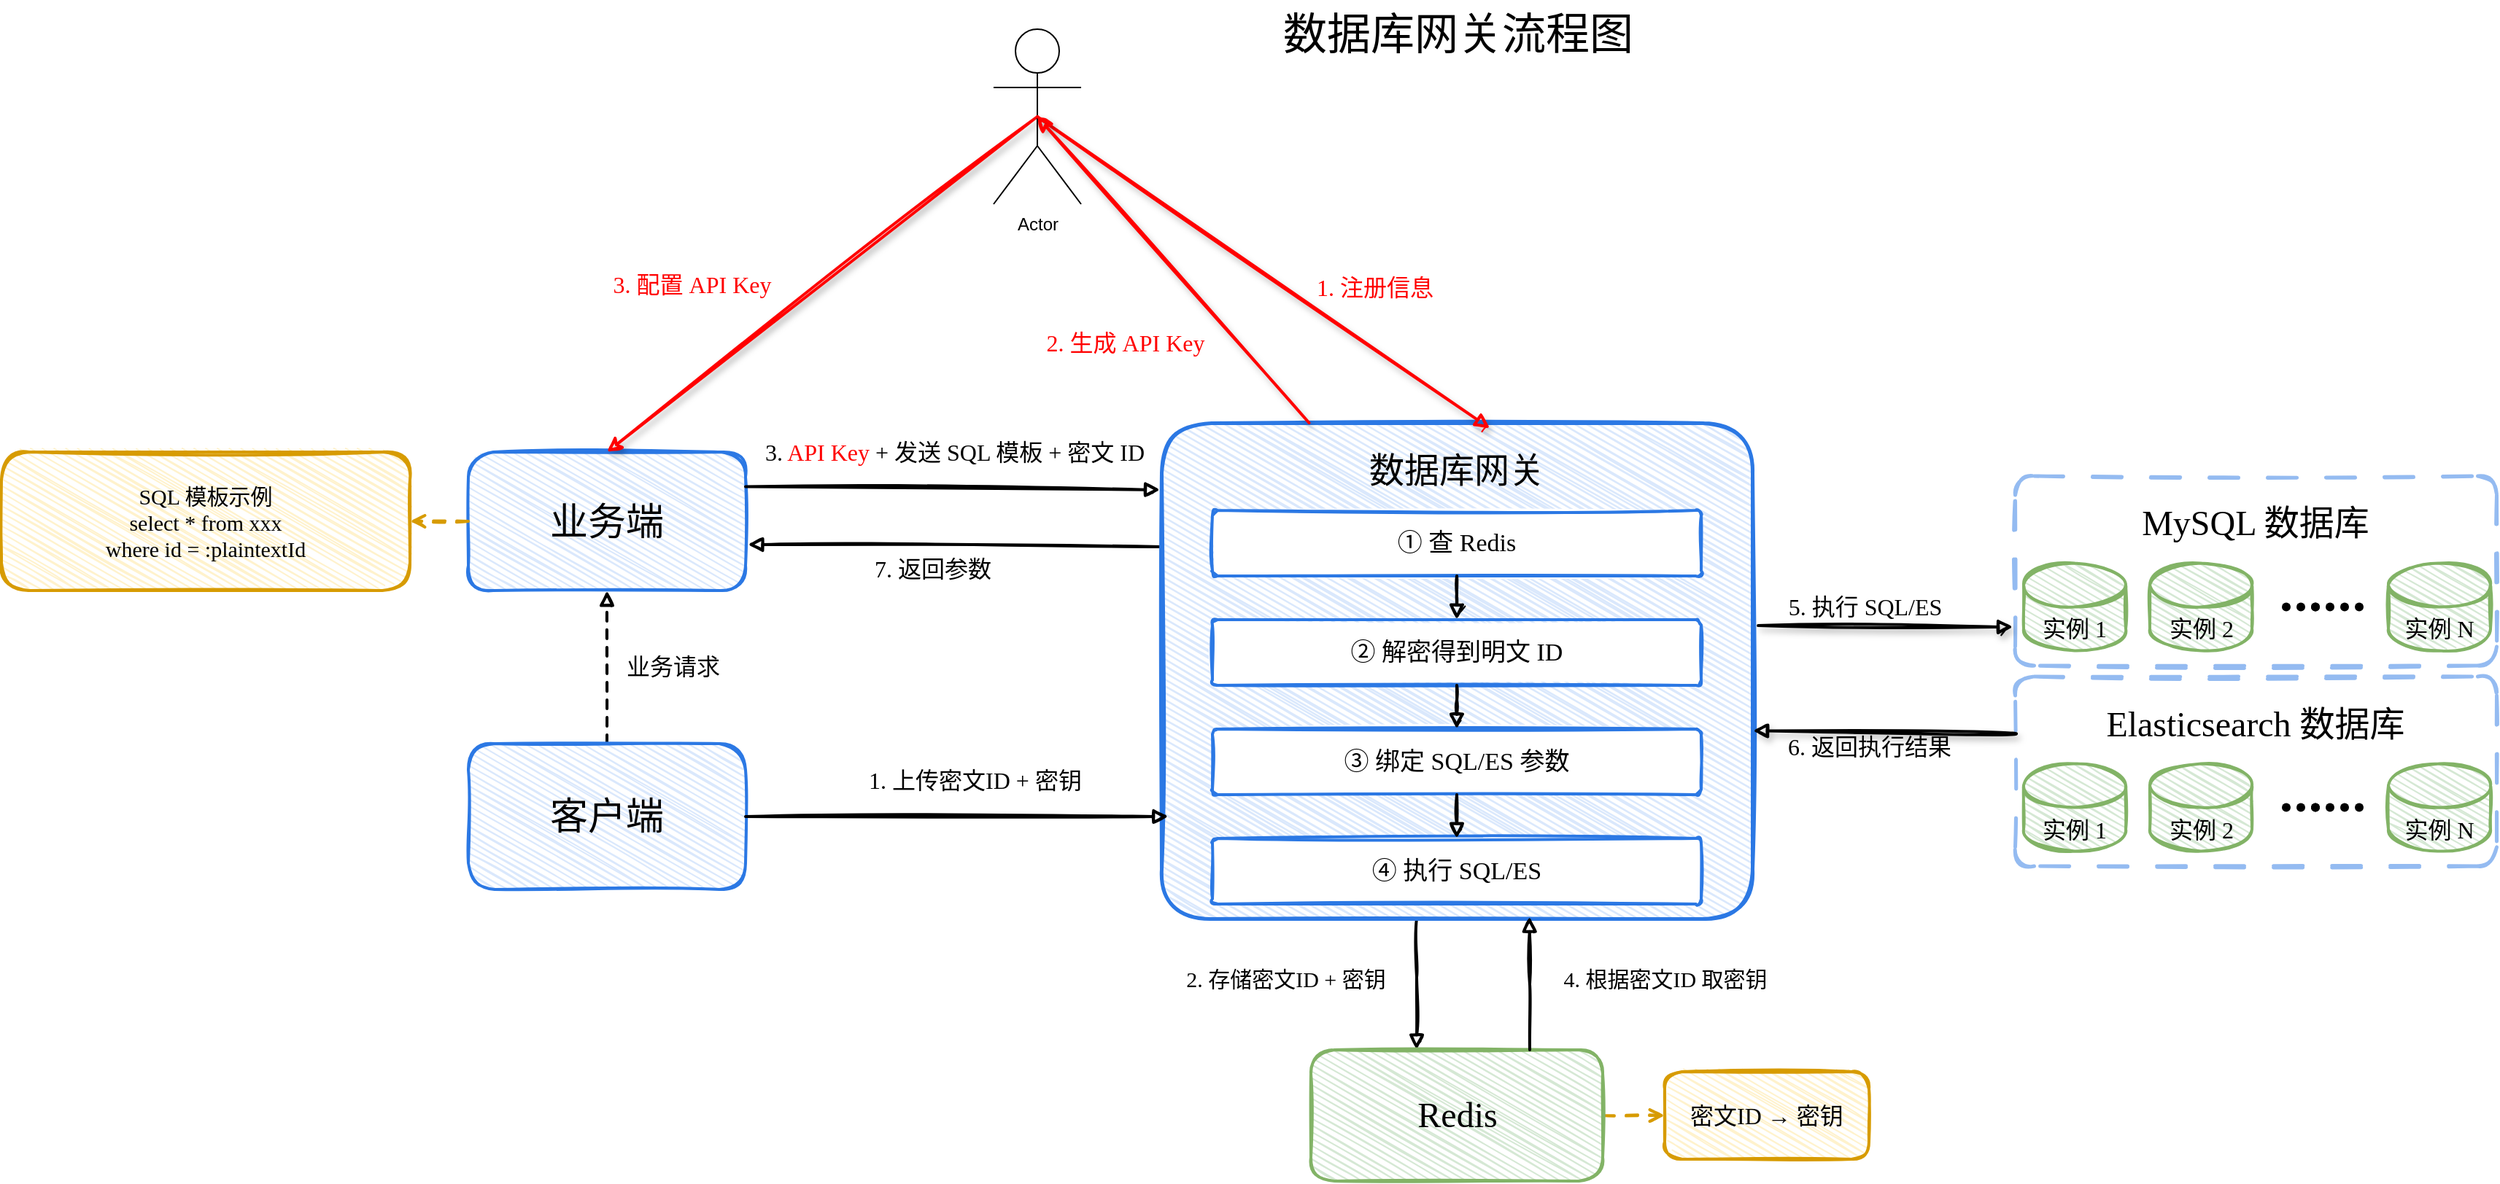
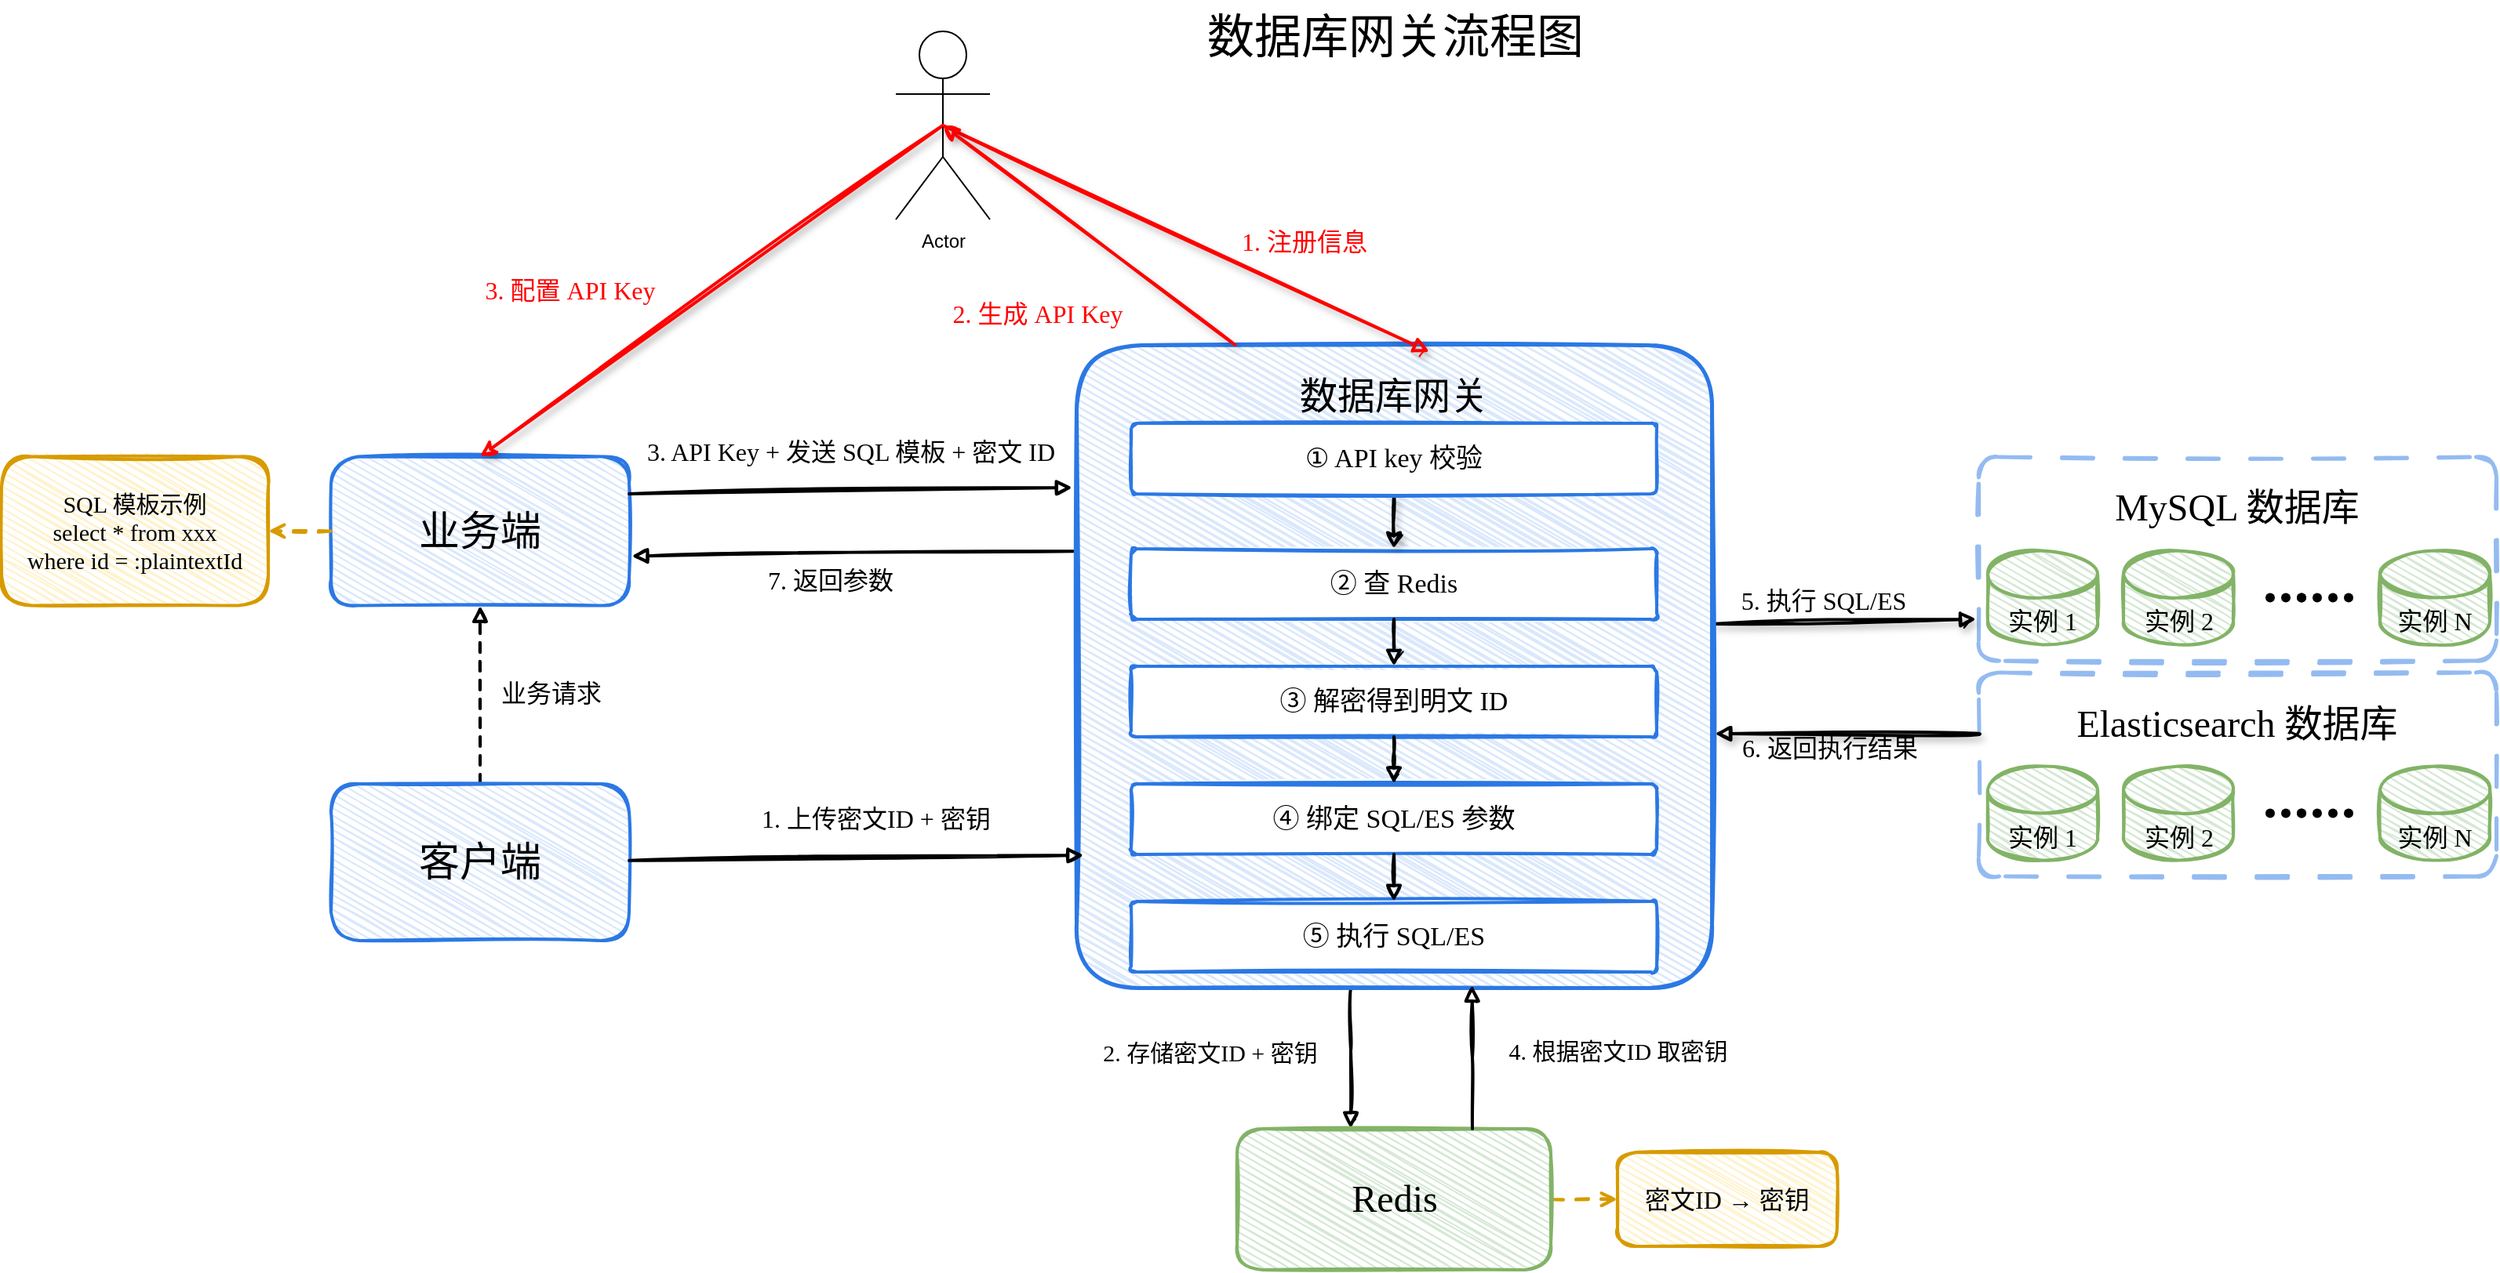
<mxfile host="app.diagrams.net">
  <diagram name="第 1 页" id="s7OTGI_WMHetZ46oxHzV">
-     <mxGraphModel dx="1281" dy="924" grid="1" gridSize="10" guides="1" tooltips="1" connect="1" arrows="1" fold="1" page="1" pageScale="1" pageWidth="827" pageHeight="1169" math="0" shadow="0">
+     <mxGraphModel dx="1993" dy="1438" grid="1" gridSize="10" guides="1" tooltips="1" connect="1" arrows="1" fold="1" page="1" pageScale="1" pageWidth="827" pageHeight="1169" math="0" shadow="0">
      <root>
        <mxCell id="0" />
        <mxCell id="1" parent="0" />
        <mxCell id="vE7s3SZ7r_2w2PPExWCB-43" parent="1" style="rounded=1;whiteSpace=wrap;html=1;sketch=1;hachureGap=4;hachureAngle=60;strokeColor=#2B78E4;strokeWidth=2.5;align=center;verticalAlign=top;spacingTop=12;arcSize=10;fontFamily=Comic Sans MS;fontSize=24;fillColor=#FFFFFF;dashed=1;dashPattern=8 8;opacity=50;" value="MySQL 数据库" vertex="1">
-           <mxGeometry height="130" width="330" x="1520" y="656.25" as="geometry" />
+           <mxGeometry height="130" width="330" x="1510" y="621.25" as="geometry" />
        </mxCell>
        <mxCell id="vE7s3SZ7r_2w2PPExWCB-3" parent="1" style="text;html=1;strokeColor=none;fillColor=none;align=center;verticalAlign=middle;fontSize=30;fontFamily=Comic Sans MS;" value="数据库网关流程图" vertex="1">
          <mxGeometry height="45" width="280" x="997.5" y="330" as="geometry" />
        </mxCell>
        <mxCell id="vE7s3SZ7r_2w2PPExWCB-8" parent="1" style="rounded=1;whiteSpace=wrap;html=1;fillColor=#dae8fc;strokeColor=#2b78e4;strokeWidth=2;arcSize=18;fontSize=26;fontFamily=Comic Sans MS;sketch=1;hachureGap=4;hachureAngle=60;" value="业务端" vertex="1">
-           <mxGeometry height="95" width="190" x="460" y="640" as="geometry" />
+           <mxGeometry height="95" width="190" x="460" y="621.25" as="geometry" />
        </mxCell>
        <mxCell id="vE7s3SZ7r_2w2PPExWCB-31" edge="1" parent="1" source="vE7s3SZ7r_2w2PPExWCB-9" style="rounded=0;orthogonalLoop=1;jettySize=auto;html=1;exitX=0.5;exitY=0;exitDx=0;exitDy=0;entryX=0.5;entryY=1;entryDx=0;entryDy=0;sketch=1;strokeColor=#000000;strokeWidth=2;align=center;verticalAlign=middle;fontFamily=Comic Sans MS;fontSize=19;fontColor=default;labelBackgroundColor=none;endArrow=block;endFill=1;dashed=1;" target="vE7s3SZ7r_2w2PPExWCB-8">
          <mxGeometry relative="1" as="geometry" />
        </mxCell>
        <mxCell id="vE7s3SZ7r_2w2PPExWCB-32" connectable="0" parent="vE7s3SZ7r_2w2PPExWCB-31" style="edgeLabel;html=1;align=center;verticalAlign=middle;resizable=0;points=[];labelBackgroundColor=none;" value="&lt;font style=&quot;font-size: 16px;&quot; face=&quot;Comic Sans MS&quot;&gt;业务请求&lt;/font&gt;" vertex="1">
          <mxGeometry relative="1" x="0.0032" y="1" as="geometry">
            <mxPoint x="46" y="-1" as="offset" />
          </mxGeometry>
        </mxCell>
        <mxCell id="vE7s3SZ7r_2w2PPExWCB-9" parent="1" style="rounded=1;whiteSpace=wrap;html=1;fillColor=#dae8fc;strokeColor=#2b78e4;strokeWidth=2;arcSize=18;fontSize=26;fontFamily=Comic Sans MS;sketch=1;hachureGap=4;hachureAngle=60;" value="客户端" vertex="1">
-           <mxGeometry height="100" width="190" x="460" y="840" as="geometry" />
-         </mxCell>
-         <mxCell id="vE7s3SZ7r_2w2PPExWCB-40" edge="1" parent="1" source="vE7s3SZ7r_2w2PPExWCB-12" style="rounded=0;orthogonalLoop=1;jettySize=auto;html=1;exitX=0;exitY=0.25;exitDx=0;exitDy=0;entryX=1.008;entryY=0.668;entryDx=0;entryDy=0;entryPerimeter=0;sketch=1;strokeColor=#000000;strokeWidth=2;align=center;verticalAlign=middle;fontFamily=Comic Sans MS;fontSize=16;fontColor=default;labelBackgroundColor=none;endArrow=block;endFill=1;" target="vE7s3SZ7r_2w2PPExWCB-8">
+           <mxGeometry height="100" width="190" x="460" y="830" as="geometry" />
+         </mxCell>
+         <mxCell id="vE7s3SZ7r_2w2PPExWCB-40" edge="1" parent="1" source="vE7s3SZ7r_2w2PPExWCB-12" style="rounded=0;orthogonalLoop=1;jettySize=auto;html=1;exitX=-0.001;exitY=0.321;exitDx=0;exitDy=0;entryX=1.008;entryY=0.668;entryDx=0;entryDy=0;entryPerimeter=0;sketch=1;strokeColor=#000000;strokeWidth=2;align=center;verticalAlign=middle;fontFamily=Comic Sans MS;fontSize=16;fontColor=default;labelBackgroundColor=none;endArrow=block;endFill=1;exitPerimeter=0;" target="vE7s3SZ7r_2w2PPExWCB-8">
          <mxGeometry relative="1" as="geometry" />
        </mxCell>
        <mxCell id="vE7s3SZ7r_2w2PPExWCB-41" connectable="0" parent="vE7s3SZ7r_2w2PPExWCB-40" style="edgeLabel;html=1;align=center;verticalAlign=middle;resizable=0;points=[];fontSize=16;fontFamily=Comic Sans MS;labelBackgroundColor=none;" value="7. 返回参数" vertex="1">
          <mxGeometry relative="1" x="0.1105" y="1" as="geometry">
            <mxPoint y="15" as="offset" />
          </mxGeometry>
        </mxCell>
-         <mxCell id="vE7s3SZ7r_2w2PPExWCB-82" edge="1" parent="1" source="vE7s3SZ7r_2w2PPExWCB-12" style="rounded=1;orthogonalLoop=1;jettySize=auto;html=1;exitX=1.01;exitY=0.409;exitDx=0;exitDy=0;exitPerimeter=0;sketch=1;strokeColor=#000000;strokeWidth=2;align=center;verticalAlign=middle;fontFamily=Comic Sans MS;fontSize=16;fontColor=default;labelBackgroundColor=none;endArrow=block;endFill=1;entryX=-0.004;entryY=0.798;entryDx=0;entryDy=0;entryPerimeter=0;shadow=1;" target="vE7s3SZ7r_2w2PPExWCB-43">
+         <mxCell id="vE7s3SZ7r_2w2PPExWCB-82" edge="1" parent="1" source="vE7s3SZ7r_2w2PPExWCB-12" style="rounded=1;orthogonalLoop=1;jettySize=auto;html=1;exitX=1.001;exitY=0.434;exitDx=0;exitDy=0;exitPerimeter=0;sketch=1;strokeColor=#000000;strokeWidth=2;align=center;verticalAlign=middle;fontFamily=Comic Sans MS;fontSize=16;fontColor=default;labelBackgroundColor=none;endArrow=block;endFill=1;entryX=-0.004;entryY=0.798;entryDx=0;entryDy=0;entryPerimeter=0;shadow=1;" target="vE7s3SZ7r_2w2PPExWCB-43">
          <mxGeometry relative="1" as="geometry">
            <mxPoint x="1526" y="761" as="targetPoint" />
          </mxGeometry>
        </mxCell>
        <mxCell id="vE7s3SZ7r_2w2PPExWCB-83" connectable="0" parent="vE7s3SZ7r_2w2PPExWCB-82" style="edgeLabel;html=1;align=center;verticalAlign=middle;resizable=0;points=[];labelBackgroundColor=none;" value="&lt;font style=&quot;font-size: 16px;&quot; face=&quot;Comic Sans MS&quot;&gt;5. 执行 SQL/ES&lt;/font&gt;" vertex="1">
          <mxGeometry relative="1" x="-0.1423" y="1" as="geometry">
            <mxPoint x="-2" y="-13" as="offset" />
          </mxGeometry>
        </mxCell>
        <mxCell id="vE7s3SZ7r_2w2PPExWCB-86" edge="1" parent="1" source="vE7s3SZ7r_2w2PPExWCB-12" style="edgeStyle=orthogonalEdgeStyle;rounded=0;orthogonalLoop=1;jettySize=auto;html=1;sketch=1;strokeColor=#000000;strokeWidth=2;align=center;verticalAlign=middle;fontFamily=Comic Sans MS;fontSize=15;fontColor=default;labelBackgroundColor=none;endArrow=block;endFill=1;" target="vE7s3SZ7r_2w2PPExWCB-84" value="">
          <mxGeometry relative="1" as="geometry">
            <Array as="points">
              <mxPoint x="1110" y="1000" />
              <mxPoint x="1110" y="1000" />
            </Array>
          </mxGeometry>
        </mxCell>
        <mxCell id="vE7s3SZ7r_2w2PPExWCB-87" connectable="0" parent="vE7s3SZ7r_2w2PPExWCB-86" style="edgeLabel;html=1;align=center;verticalAlign=middle;resizable=0;points=[];labelBackgroundColor=none;" value="&lt;span style=&quot;font-family: &amp;quot;Comic Sans MS&amp;quot;; font-size: 15px;&quot;&gt;2. 存储密文ID + 密钥&lt;/span&gt;" vertex="1">
          <mxGeometry relative="1" x="-0.2148" y="-2" as="geometry">
            <mxPoint x="-88" y="5" as="offset" />
          </mxGeometry>
        </mxCell>
        <mxCell id="vE7s3SZ7r_2w2PPExWCB-12" parent="1" style="rounded=1;whiteSpace=wrap;html=1;fillColor=#dae8fc;strokeColor=#2b78e4;strokeWidth=2.5;arcSize=10;fontSize=24;fontFamily=Comic Sans MS;sketch=1;hachureGap=4;hachureAngle=60;verticalAlign=top;spacingTop=12;" value="数据库网关" vertex="1">
-           <mxGeometry height="340" width="405" x="935" y="620" as="geometry" />
-         </mxCell>
-         <mxCell id="vE7s3SZ7r_2w2PPExWCB-13" parent="1" style="rounded=1;whiteSpace=wrap;html=1;fillColor=#ffffff;strokeColor=#2b78e4;strokeWidth=2;arcSize=8;fontSize=17;fontFamily=Comic Sans MS;sketch=1;" value="① 查 Redis" vertex="1">
+           <mxGeometry height="410" width="405" x="935" y="550" as="geometry" />
+         </mxCell>
+         <mxCell id="vE7s3SZ7r_2w2PPExWCB-13" parent="1" style="rounded=1;whiteSpace=wrap;html=1;fillColor=#ffffff;strokeColor=#2b78e4;strokeWidth=2;arcSize=8;fontSize=17;fontFamily=Comic Sans MS;sketch=1;" value="② 查 Redis" vertex="1">
          <mxGeometry height="45" width="335" x="970" y="680" as="geometry" />
        </mxCell>
-         <mxCell id="vE7s3SZ7r_2w2PPExWCB-14" parent="1" style="rounded=1;whiteSpace=wrap;html=1;fillColor=#ffffff;strokeColor=#2b78e4;strokeWidth=2;arcSize=8;fontSize=17;fontFamily=Comic Sans MS;sketch=1;" value="② 解密得到明文 ID" vertex="1">
+         <mxCell id="vE7s3SZ7r_2w2PPExWCB-14" parent="1" style="rounded=1;whiteSpace=wrap;html=1;fillColor=#ffffff;strokeColor=#2b78e4;strokeWidth=2;arcSize=8;fontSize=17;fontFamily=Comic Sans MS;sketch=1;" value="③ 解密得到明文 ID" vertex="1">
          <mxGeometry height="45" width="335" x="970" y="755" as="geometry" />
        </mxCell>
-         <mxCell id="vE7s3SZ7r_2w2PPExWCB-15" parent="1" style="rounded=1;whiteSpace=wrap;html=1;fillColor=#ffffff;strokeColor=#2b78e4;strokeWidth=2;arcSize=8;fontSize=17;fontFamily=Comic Sans MS;sketch=1;" value="③ 绑定 SQL/ES 参数" vertex="1">
+         <mxCell id="vE7s3SZ7r_2w2PPExWCB-15" parent="1" style="rounded=1;whiteSpace=wrap;html=1;fillColor=#ffffff;strokeColor=#2b78e4;strokeWidth=2;arcSize=8;fontSize=17;fontFamily=Comic Sans MS;sketch=1;" value="④ 绑定 SQL/ES 参数" vertex="1">
          <mxGeometry height="45" width="335" x="970" y="830" as="geometry" />
        </mxCell>
-         <mxCell id="vE7s3SZ7r_2w2PPExWCB-16" parent="1" style="rounded=1;whiteSpace=wrap;html=1;fillColor=#ffffff;strokeColor=#2b78e4;strokeWidth=2;arcSize=8;fontSize=17;fontFamily=Comic Sans MS;sketch=1;" value="④ 执行 SQL/ES" vertex="1">
+         <mxCell id="vE7s3SZ7r_2w2PPExWCB-16" parent="1" style="rounded=1;whiteSpace=wrap;html=1;fillColor=#ffffff;strokeColor=#2b78e4;strokeWidth=2;arcSize=8;fontSize=17;fontFamily=Comic Sans MS;sketch=1;" value="⑤ 执行 SQL/ES" vertex="1">
          <mxGeometry height="45" width="335" x="970" y="905" as="geometry" />
        </mxCell>
        <mxCell id="vE7s3SZ7r_2w2PPExWCB-17" parent="1" style="rounded=1;whiteSpace=wrap;html=1;fillColor=#fff2cc;strokeColor=#d79b00;strokeWidth=2;arcSize=20;fontSize=16;fontFamily=Comic Sans MS;sketch=1;hachureGap=4;hachureAngle=60;" value="密文ID → 密钥" vertex="1">
          <mxGeometry height="60" width="140" x="1280" y="1065" as="geometry" />
        </mxCell>
        <mxCell id="vE7s3SZ7r_2w2PPExWCB-18" parent="1" style="rounded=1;whiteSpace=wrap;html=1;fillColor=#fff2cc;strokeColor=#d79b00;strokeWidth=2;arcSize=20;fontSize=15;fontFamily=Comic Sans MS;sketch=1;hachureGap=4;hachureAngle=60;" value="SQL 模板示例&lt;br&gt;select * from xxx&lt;br&gt;where id = :plaintextId" vertex="1">
-           <mxGeometry height="95" width="280" x="140" y="640" as="geometry" />
-         </mxCell>
-         <mxCell id="vE7s3SZ7r_2w2PPExWCB-19" edge="1" parent="1" source="vE7s3SZ7r_2w2PPExWCB-8" style="rounded=0;orthogonalLoop=1;jettySize=auto;html=1;endArrow=block;endFill=1;strokeColor=#000000;strokeWidth=2;fontSize=16;fontFamily=Comic Sans MS;sketch=1;labelBackgroundColor=none;exitX=1;exitY=0.25;exitDx=0;exitDy=0;entryX=-0.002;entryY=0.135;entryDx=0;entryDy=0;entryPerimeter=0;" target="vE7s3SZ7r_2w2PPExWCB-12" value="3. &lt;font style=&quot;color: rgb(255, 0, 0);&quot;&gt;API Key&lt;/font&gt; + 发送 SQL 模板 + 密文 ID">
+           <mxGeometry height="95" width="170" x="250" y="621.25" as="geometry" />
+         </mxCell>
+         <mxCell id="vE7s3SZ7r_2w2PPExWCB-19" edge="1" parent="1" source="vE7s3SZ7r_2w2PPExWCB-8" style="rounded=0;orthogonalLoop=1;jettySize=auto;html=1;endArrow=block;endFill=1;strokeColor=#000000;strokeWidth=2;fontSize=16;fontFamily=Comic Sans MS;sketch=1;labelBackgroundColor=none;exitX=1;exitY=0.25;exitDx=0;exitDy=0;entryX=-0.006;entryY=0.222;entryDx=0;entryDy=0;entryPerimeter=0;" target="vE7s3SZ7r_2w2PPExWCB-12" value="&lt;font style=&quot;color: rgb(0, 0, 0);&quot;&gt;3. &lt;font&gt;API Key&lt;/font&gt; + 发送 SQL 模板 + 密文 ID&lt;/font&gt;">
          <mxGeometry relative="1" x="0.0014" y="25" as="geometry">
            <mxPoint as="offset" />
          </mxGeometry>
        </mxCell>
        <mxCell id="vE7s3SZ7r_2w2PPExWCB-21" edge="1" parent="1" source="vE7s3SZ7r_2w2PPExWCB-9" style="rounded=0;orthogonalLoop=1;jettySize=auto;html=1;endArrow=block;endFill=1;strokeColor=#000000;strokeWidth=2;fontSize=16;fontFamily=Comic Sans MS;sketch=1;labelBackgroundColor=none;entryX=0.012;entryY=0.794;entryDx=0;entryDy=0;entryPerimeter=0;" target="vE7s3SZ7r_2w2PPExWCB-12" value="1. 上传密文ID + 密钥">
          <mxGeometry relative="1" x="0.0833" y="25" as="geometry">
            <mxPoint as="offset" />
          </mxGeometry>
        </mxCell>
        <mxCell id="vE7s3SZ7r_2w2PPExWCB-26" edge="1" parent="1" source="vE7s3SZ7r_2w2PPExWCB-13" style="edgeStyle=orthogonalEdgeStyle;rounded=0;orthogonalLoop=1;jettySize=auto;html=1;endArrow=block;endFill=1;strokeColor=#000000;strokeWidth=2;fontSize=1;fontFamily=Comic Sans MS;sketch=1;" target="vE7s3SZ7r_2w2PPExWCB-14" value="">
          <mxGeometry relative="1" as="geometry" />
        </mxCell>
        <mxCell id="vE7s3SZ7r_2w2PPExWCB-27" edge="1" parent="1" source="vE7s3SZ7r_2w2PPExWCB-14" style="edgeStyle=orthogonalEdgeStyle;rounded=0;orthogonalLoop=1;jettySize=auto;html=1;endArrow=block;endFill=1;strokeColor=#000000;strokeWidth=2;fontSize=1;fontFamily=Comic Sans MS;sketch=1;" target="vE7s3SZ7r_2w2PPExWCB-15" value="">
          <mxGeometry relative="1" as="geometry" />
        </mxCell>
        <mxCell id="vE7s3SZ7r_2w2PPExWCB-28" edge="1" parent="1" source="vE7s3SZ7r_2w2PPExWCB-15" style="edgeStyle=orthogonalEdgeStyle;rounded=0;orthogonalLoop=1;jettySize=auto;html=1;endArrow=block;endFill=1;strokeColor=#000000;strokeWidth=2;fontSize=1;fontFamily=Comic Sans MS;sketch=1;" target="vE7s3SZ7r_2w2PPExWCB-16" value="">
          <mxGeometry relative="1" as="geometry" />
        </mxCell>
        <mxCell id="vE7s3SZ7r_2w2PPExWCB-29" edge="1" parent="1" source="vE7s3SZ7r_2w2PPExWCB-84" style="edgeStyle=orthogonalEdgeStyle;rounded=0;orthogonalLoop=1;jettySize=auto;html=1;endArrow=open;endFill=1;strokeColor=#d79b00;strokeWidth=2;fontSize=16;fontFamily=Comic Sans MS;sketch=1;dashed=1;dashPattern=4 4;exitX=1;exitY=0.5;exitDx=0;exitDy=0;" target="vE7s3SZ7r_2w2PPExWCB-17" value="">
          <mxGeometry relative="1" as="geometry" />
        </mxCell>
        <mxCell id="vE7s3SZ7r_2w2PPExWCB-30" edge="1" parent="1" source="vE7s3SZ7r_2w2PPExWCB-8" style="edgeStyle=orthogonalEdgeStyle;rounded=0;orthogonalLoop=1;jettySize=auto;html=1;endArrow=open;endFill=1;strokeColor=#d79b00;strokeWidth=2;fontSize=16;fontFamily=Comic Sans MS;sketch=1;dashed=1;dashPattern=4 4;exitX=0;exitY=0.5;exitDx=0;exitDy=0;" target="vE7s3SZ7r_2w2PPExWCB-18" value="">
          <mxGeometry relative="1" as="geometry" />
        </mxCell>
        <mxCell id="vE7s3SZ7r_2w2PPExWCB-42" parent="1" style="shape=cylinder3;whiteSpace=wrap;html=1;boundedLbl=1;backgroundOutline=1;size=15;rounded=1;sketch=1;hachureGap=4;hachureAngle=60;strokeColor=#82b366;strokeWidth=2;align=center;verticalAlign=middle;arcSize=18;fontFamily=Comic Sans MS;fontSize=24;fillColor=#d5e8d4;" value="&lt;font style=&quot;font-size: 16px;&quot;&gt;实例 1&lt;/font&gt;" vertex="1">
-           <mxGeometry height="60" width="70" x="1526" y="716.25" as="geometry" />
+           <mxGeometry height="60" width="70" x="1516" y="681.25" as="geometry" />
        </mxCell>
        <mxCell id="vE7s3SZ7r_2w2PPExWCB-45" parent="1" style="shape=cylinder3;whiteSpace=wrap;html=1;boundedLbl=1;backgroundOutline=1;size=15;rounded=1;sketch=1;hachureGap=4;hachureAngle=60;strokeColor=#82b366;strokeWidth=2;align=center;verticalAlign=middle;arcSize=18;fontFamily=Comic Sans MS;fontSize=24;fillColor=#d5e8d4;" value="&lt;font style=&quot;font-size: 16px;&quot;&gt;实例 2&lt;/font&gt;&lt;span style=&quot;color: rgba(0, 0, 0, 0); font-family: monospace; font-size: 0px; text-align: start; white-space: nowrap;&quot;&gt;%3CmxGraphModel%3E%3Croot%3E%3CmxCell%20id%3D%220%22%2F%3E%3CmxCell%20id%3D%221%22%20parent%3D%220%22%2F%3E%3CmxCell%20id%3D%222%22%20parent%3D%221%22%20style%3D%22shape%3Dcylinder3%3BwhiteSpace%3Dwrap%3Bhtml%3D1%3BboundedLbl%3D1%3BbackgroundOutline%3D1%3Bsize%3D15%3Brounded%3D1%3Bsketch%3D1%3BhachureGap%3D4%3BhachureAngle%3D60%3BstrokeColor%3D%232b78e4%3BstrokeWidth%3D2%3Balign%3Dcenter%3BverticalAlign%3Dmiddle%3BarcSize%3D18%3BfontFamily%3DComic%20Sans%20MS%3BfontSize%3D24%3BfontColor%3Ddefault%3BfillColor%3D%23dae8fc%3B%22%20value%3D%22%26lt%3Bfont%20style%3D%26quot%3Bfont-size%3A%2016px%3B%26quot%3B%26gt%3B%E5%AE%9E%E4%BE%8B%201%26lt%3B%2Ffont%26gt%3B%22%20vertex%3D%221%22%3E%3CmxGeometry%20height%3D%2260%22%20width%3D%2270%22%20x%3D%221660%22%20y%3D%221060%22%20as%3D%22geometry%22%2F%3E%3C%2FmxCell%3E%3C%2Froot%3E%3C%2FmxGraphModel%3E&lt;/span&gt;" vertex="1">
-           <mxGeometry height="60" width="70" x="1612.5" y="716.25" as="geometry" />
+           <mxGeometry height="60" width="70" x="1602.5" y="681.25" as="geometry" />
        </mxCell>
        <mxCell id="vE7s3SZ7r_2w2PPExWCB-46" parent="1" style="shape=cylinder3;whiteSpace=wrap;html=1;boundedLbl=1;backgroundOutline=1;size=15;rounded=1;sketch=1;hachureGap=4;hachureAngle=60;strokeColor=#82b366;strokeWidth=2;align=center;verticalAlign=middle;arcSize=18;fontFamily=Comic Sans MS;fontSize=24;fillColor=#d5e8d4;" value="&lt;font style=&quot;font-size: 16px;&quot;&gt;实例 N&lt;/font&gt;" vertex="1">
-           <mxGeometry height="60" width="70" x="1776" y="716.25" as="geometry" />
+           <mxGeometry height="60" width="70" x="1766" y="681.25" as="geometry" />
        </mxCell>
        <mxCell id="vE7s3SZ7r_2w2PPExWCB-47" parent="1" style="shape=waypoint;sketch=0;fillStyle=solid;size=6;pointerEvents=1;points=[];fillColor=none;resizable=0;rotatable=0;perimeter=centerPerimeter;snapToPoint=1;" value="" vertex="1">
-           <mxGeometry height="20" width="20" x="1696" y="736.25" as="geometry" />
+           <mxGeometry height="20" width="20" x="1686" y="701.25" as="geometry" />
        </mxCell>
        <mxCell id="vE7s3SZ7r_2w2PPExWCB-48" parent="1" style="shape=waypoint;sketch=0;fillStyle=solid;size=6;pointerEvents=1;points=[];fillColor=none;resizable=0;rotatable=0;perimeter=centerPerimeter;snapToPoint=1;" value="" vertex="1">
-           <mxGeometry height="20" width="20" x="1706" y="736.25" as="geometry" />
+           <mxGeometry height="20" width="20" x="1696" y="701.25" as="geometry" />
        </mxCell>
        <mxCell id="vE7s3SZ7r_2w2PPExWCB-49" parent="1" style="shape=waypoint;sketch=0;fillStyle=solid;size=6;pointerEvents=1;points=[];fillColor=none;resizable=0;rotatable=0;perimeter=centerPerimeter;snapToPoint=1;" value="" vertex="1">
-           <mxGeometry height="20" width="20" x="1716" y="736.25" as="geometry" />
+           <mxGeometry height="20" width="20" x="1706" y="701.25" as="geometry" />
        </mxCell>
        <mxCell id="vE7s3SZ7r_2w2PPExWCB-54" parent="1" style="shape=waypoint;sketch=0;fillStyle=solid;size=6;pointerEvents=1;points=[];fillColor=none;resizable=0;rotatable=0;perimeter=centerPerimeter;snapToPoint=1;" value="" vertex="1">
-           <mxGeometry height="20" width="20" x="1716" y="736.25" as="geometry" />
+           <mxGeometry height="20" width="20" x="1706" y="701.25" as="geometry" />
        </mxCell>
        <mxCell id="vE7s3SZ7r_2w2PPExWCB-55" parent="1" style="shape=waypoint;sketch=0;fillStyle=solid;size=6;pointerEvents=1;points=[];fillColor=none;resizable=0;rotatable=0;perimeter=centerPerimeter;snapToPoint=1;" value="" vertex="1">
-           <mxGeometry height="20" width="20" x="1726" y="736.25" as="geometry" />
+           <mxGeometry height="20" width="20" x="1716" y="701.25" as="geometry" />
        </mxCell>
        <mxCell id="vE7s3SZ7r_2w2PPExWCB-56" parent="1" style="shape=waypoint;sketch=0;fillStyle=solid;size=6;pointerEvents=1;points=[];fillColor=none;resizable=0;rotatable=0;perimeter=centerPerimeter;snapToPoint=1;" value="" vertex="1">
-           <mxGeometry height="20" width="20" x="1736" y="736.25" as="geometry" />
+           <mxGeometry height="20" width="20" x="1726" y="701.25" as="geometry" />
        </mxCell>
        <mxCell id="vE7s3SZ7r_2w2PPExWCB-57" parent="1" style="shape=waypoint;sketch=0;fillStyle=solid;size=6;pointerEvents=1;points=[];fillColor=none;resizable=0;rotatable=0;perimeter=centerPerimeter;snapToPoint=1;" value="" vertex="1">
-           <mxGeometry height="20" width="20" x="1746" y="736.25" as="geometry" />
+           <mxGeometry height="20" width="20" x="1736" y="701.25" as="geometry" />
        </mxCell>
        <mxCell id="vE7s3SZ7r_2w2PPExWCB-67" parent="1" style="rounded=1;whiteSpace=wrap;html=1;sketch=1;hachureGap=4;hachureAngle=60;strokeWidth=2.5;align=center;verticalAlign=top;spacingTop=12;arcSize=10;fontFamily=Comic Sans MS;fontSize=24;dashed=1;dashPattern=8 8;fillColor=#FFFFFF;strokeColor=#2B78E4;opacity=50;" value="Elasticsearch 数据库" vertex="1">
-           <mxGeometry height="130" width="330" x="1520" y="793.75" as="geometry" />
+           <mxGeometry height="130" width="330" x="1510" y="758.75" as="geometry" />
        </mxCell>
        <mxCell id="vE7s3SZ7r_2w2PPExWCB-68" parent="1" style="shape=cylinder3;whiteSpace=wrap;html=1;boundedLbl=1;backgroundOutline=1;size=15;rounded=1;sketch=1;hachureGap=4;hachureAngle=60;strokeColor=#82b366;strokeWidth=2;align=center;verticalAlign=middle;arcSize=18;fontFamily=Comic Sans MS;fontSize=24;fillColor=#d5e8d4;" value="&lt;font style=&quot;font-size: 16px;&quot;&gt;实例 1&lt;/font&gt;" vertex="1">
-           <mxGeometry height="60" width="70" x="1526" y="853.75" as="geometry" />
+           <mxGeometry height="60" width="70" x="1516" y="818.75" as="geometry" />
        </mxCell>
        <mxCell id="vE7s3SZ7r_2w2PPExWCB-69" parent="1" style="shape=cylinder3;whiteSpace=wrap;html=1;boundedLbl=1;backgroundOutline=1;size=15;rounded=1;sketch=1;hachureGap=4;hachureAngle=60;strokeColor=#82b366;strokeWidth=2;align=center;verticalAlign=middle;arcSize=18;fontFamily=Comic Sans MS;fontSize=24;fillColor=#d5e8d4;" value="&lt;font style=&quot;font-size: 16px;&quot;&gt;实例 2&lt;/font&gt;&lt;span style=&quot;color: rgba(0, 0, 0, 0); font-family: monospace; font-size: 0px; text-align: start; white-space: nowrap;&quot;&gt;%3CmxGraphModel%3E%3Croot%3E%3CmxCell%20id%3D%220%22%2F%3E%3CmxCell%20id%3D%221%22%20parent%3D%220%22%2F%3E%3CmxCell%20id%3D%222%22%20parent%3D%221%22%20style%3D%22shape%3Dcylinder3%3BwhiteSpace%3Dwrap%3Bhtml%3D1%3BboundedLbl%3D1%3BbackgroundOutline%3D1%3Bsize%3D15%3Brounded%3D1%3Bsketch%3D1%3BhachureGap%3D4%3BhachureAngle%3D60%3BstrokeColor%3D%232b78e4%3BstrokeWidth%3D2%3Balign%3Dcenter%3BverticalAlign%3Dmiddle%3BarcSize%3D18%3BfontFamily%3DComic%20Sans%20MS%3BfontSize%3D24%3BfontColor%3Ddefault%3BfillColor%3D%23dae8fc%3B%22%20value%3D%22%26lt%3Bfont%20style%3D%26quot%3Bfont-size%3A%2016px%3B%26quot%3B%26gt%3B%E5%AE%9E%E4%BE%8B%201%26lt%3B%2Ffont%26gt%3B%22%20vertex%3D%221%22%3E%3CmxGeometry%20height%3D%2260%22%20width%3D%2270%22%20x%3D%221660%22%20y%3D%221060%22%20as%3D%22geometry%22%2F%3E%3C%2FmxCell%3E%3C%2Froot%3E%3C%2FmxGraphModel%3E&lt;/span&gt;" vertex="1">
-           <mxGeometry height="60" width="70" x="1612.5" y="853.75" as="geometry" />
+           <mxGeometry height="60" width="70" x="1602.5" y="818.75" as="geometry" />
        </mxCell>
        <mxCell id="vE7s3SZ7r_2w2PPExWCB-70" parent="1" style="shape=cylinder3;whiteSpace=wrap;html=1;boundedLbl=1;backgroundOutline=1;size=15;rounded=1;sketch=1;hachureGap=4;hachureAngle=60;strokeColor=#82b366;strokeWidth=2;align=center;verticalAlign=middle;arcSize=18;fontFamily=Comic Sans MS;fontSize=24;fillColor=#d5e8d4;" value="&lt;font style=&quot;font-size: 16px;&quot;&gt;实例 N&lt;/font&gt;" vertex="1">
-           <mxGeometry height="60" width="70" x="1776" y="853.75" as="geometry" />
+           <mxGeometry height="60" width="70" x="1766" y="818.75" as="geometry" />
        </mxCell>
        <mxCell id="vE7s3SZ7r_2w2PPExWCB-71" parent="1" style="shape=waypoint;sketch=0;fillStyle=solid;size=6;pointerEvents=1;points=[];fillColor=none;resizable=0;rotatable=0;perimeter=centerPerimeter;snapToPoint=1;" value="" vertex="1">
-           <mxGeometry height="20" width="20" x="1696" y="873.75" as="geometry" />
+           <mxGeometry height="20" width="20" x="1686" y="838.75" as="geometry" />
        </mxCell>
        <mxCell id="vE7s3SZ7r_2w2PPExWCB-72" parent="1" style="shape=waypoint;sketch=0;fillStyle=solid;size=6;pointerEvents=1;points=[];fillColor=none;resizable=0;rotatable=0;perimeter=centerPerimeter;snapToPoint=1;" value="" vertex="1">
-           <mxGeometry height="20" width="20" x="1706" y="873.75" as="geometry" />
+           <mxGeometry height="20" width="20" x="1696" y="838.75" as="geometry" />
        </mxCell>
        <mxCell id="vE7s3SZ7r_2w2PPExWCB-73" parent="1" style="shape=waypoint;sketch=0;fillStyle=solid;size=6;pointerEvents=1;points=[];fillColor=none;resizable=0;rotatable=0;perimeter=centerPerimeter;snapToPoint=1;" value="" vertex="1">
-           <mxGeometry height="20" width="20" x="1716" y="873.75" as="geometry" />
+           <mxGeometry height="20" width="20" x="1706" y="838.75" as="geometry" />
        </mxCell>
        <mxCell id="vE7s3SZ7r_2w2PPExWCB-74" parent="1" style="shape=waypoint;sketch=0;fillStyle=solid;size=6;pointerEvents=1;points=[];fillColor=none;resizable=0;rotatable=0;perimeter=centerPerimeter;snapToPoint=1;" value="" vertex="1">
-           <mxGeometry height="20" width="20" x="1716" y="873.75" as="geometry" />
+           <mxGeometry height="20" width="20" x="1706" y="838.75" as="geometry" />
        </mxCell>
        <mxCell id="vE7s3SZ7r_2w2PPExWCB-75" parent="1" style="shape=waypoint;sketch=0;fillStyle=solid;size=6;pointerEvents=1;points=[];fillColor=none;resizable=0;rotatable=0;perimeter=centerPerimeter;snapToPoint=1;" value="" vertex="1">
-           <mxGeometry height="20" width="20" x="1726" y="873.75" as="geometry" />
+           <mxGeometry height="20" width="20" x="1716" y="838.75" as="geometry" />
        </mxCell>
        <mxCell id="vE7s3SZ7r_2w2PPExWCB-76" parent="1" style="shape=waypoint;sketch=0;fillStyle=solid;size=6;pointerEvents=1;points=[];fillColor=none;resizable=0;rotatable=0;perimeter=centerPerimeter;snapToPoint=1;" value="" vertex="1">
-           <mxGeometry height="20" width="20" x="1736" y="873.75" as="geometry" />
+           <mxGeometry height="20" width="20" x="1726" y="838.75" as="geometry" />
        </mxCell>
        <mxCell id="vE7s3SZ7r_2w2PPExWCB-77" parent="1" style="shape=waypoint;sketch=0;fillStyle=solid;size=6;pointerEvents=1;points=[];fillColor=none;resizable=0;rotatable=0;perimeter=centerPerimeter;snapToPoint=1;" value="" vertex="1">
-           <mxGeometry height="20" width="20" x="1746" y="873.75" as="geometry" />
-         </mxCell>
-         <mxCell id="vE7s3SZ7r_2w2PPExWCB-80" edge="1" parent="1" source="vE7s3SZ7r_2w2PPExWCB-67" style="rounded=0;orthogonalLoop=1;jettySize=auto;html=1;exitX=0.003;exitY=0.303;exitDx=0;exitDy=0;entryX=1.001;entryY=0.621;entryDx=0;entryDy=0;entryPerimeter=0;sketch=1;strokeColor=#000000;strokeWidth=2;align=center;verticalAlign=middle;fontFamily=Comic Sans MS;fontSize=16;fontColor=default;labelBackgroundColor=none;endArrow=block;endFill=1;exitPerimeter=0;shadow=1;curved=1;" target="vE7s3SZ7r_2w2PPExWCB-12">
-           <mxGeometry relative="1" as="geometry" />
+           <mxGeometry height="20" width="20" x="1736" y="838.75" as="geometry" />
+         </mxCell>
+         <mxCell id="vE7s3SZ7r_2w2PPExWCB-80" edge="1" parent="1" source="vE7s3SZ7r_2w2PPExWCB-67" style="rounded=0;orthogonalLoop=1;jettySize=auto;html=1;exitX=0.003;exitY=0.303;exitDx=0;exitDy=0;sketch=1;strokeColor=#000000;strokeWidth=2;align=center;verticalAlign=middle;fontFamily=Comic Sans MS;fontSize=16;fontColor=default;labelBackgroundColor=none;endArrow=block;endFill=1;exitPerimeter=0;shadow=1;curved=1;">
+           <mxGeometry relative="1" as="geometry">
+             <mxPoint x="1342" y="798" as="targetPoint" />
+           </mxGeometry>
        </mxCell>
        <mxCell id="vE7s3SZ7r_2w2PPExWCB-81" connectable="0" parent="vE7s3SZ7r_2w2PPExWCB-80" style="edgeLabel;html=1;align=center;verticalAlign=middle;resizable=0;points=[];labelBackgroundColor=none;" value="&lt;font face=&quot;Comic Sans MS&quot; style=&quot;font-size: 16px;&quot;&gt;6. 返回执行结果&lt;/font&gt;" vertex="1">
          <mxGeometry relative="1" x="-0.2373" y="3" as="geometry">
            <mxPoint x="-32" y="6" as="offset" />
          </mxGeometry>
        </mxCell>
        <mxCell id="vE7s3SZ7r_2w2PPExWCB-84" parent="1" style="rounded=1;whiteSpace=wrap;html=1;fillColor=#d5e8d4;strokeColor=#82b366;strokeWidth=2;arcSize=18;fontSize=24;fontFamily=Comic Sans MS;sketch=1;hachureGap=4;hachureAngle=60;" value="Redis" vertex="1">
          <mxGeometry height="90" width="200" x="1037.5" y="1050" as="geometry" />
        </mxCell>
        <mxCell id="vE7s3SZ7r_2w2PPExWCB-88" edge="1" parent="1" source="vE7s3SZ7r_2w2PPExWCB-84" style="edgeStyle=orthogonalEdgeStyle;rounded=0;orthogonalLoop=1;jettySize=auto;html=1;exitX=0.75;exitY=0;exitDx=0;exitDy=0;entryX=0.623;entryY=0.996;entryDx=0;entryDy=0;entryPerimeter=0;sketch=1;strokeColor=#000000;strokeWidth=2;align=center;verticalAlign=middle;fontFamily=Comic Sans MS;fontSize=15;fontColor=default;labelBackgroundColor=none;endArrow=block;endFill=1;" target="vE7s3SZ7r_2w2PPExWCB-12">
          <mxGeometry relative="1" as="geometry" />
        </mxCell>
        <mxCell id="vE7s3SZ7r_2w2PPExWCB-90" connectable="0" parent="vE7s3SZ7r_2w2PPExWCB-88" style="edgeLabel;html=1;align=center;verticalAlign=middle;resizable=0;points=[];labelBackgroundColor=none;" value="&lt;span style=&quot;font-family: &amp;quot;Comic Sans MS&amp;quot;; font-size: 15px;&quot;&gt;4. 根据密文ID 取密钥&lt;/span&gt;" vertex="1">
          <mxGeometry relative="1" x="-0.3517" y="-1" as="geometry">
            <mxPoint x="91" y="-20" as="offset" />
          </mxGeometry>
        </mxCell>
        <mxCell id="RZ1uo8Ke8g7JtcXH7kor-9" edge="1" parent="1" source="RZ1uo8Ke8g7JtcXH7kor-1" style="rounded=0;orthogonalLoop=1;jettySize=auto;html=1;exitX=0.5;exitY=0.5;exitDx=0;exitDy=0;exitPerimeter=0;entryX=0.5;entryY=0;entryDx=0;entryDy=0;shadow=1;sketch=1;curveFitting=1;jiggle=2;strokeWidth=2;strokeColor=#FF0000;" target="vE7s3SZ7r_2w2PPExWCB-8">
          <mxGeometry relative="1" as="geometry" />
        </mxCell>
        <mxCell id="RZ1uo8Ke8g7JtcXH7kor-13" connectable="0" parent="RZ1uo8Ke8g7JtcXH7kor-9" style="edgeLabel;html=1;align=center;verticalAlign=middle;resizable=0;points=[];labelBackgroundColor=none;fontColor=#FF0000;" value="&lt;font style=&quot;font-size: 16px;&quot; face=&quot;Comic Sans MS&quot;&gt;3. 配置 API Key&lt;/font&gt;" vertex="1">
          <mxGeometry relative="1" x="0.1509" y="2" as="geometry">
            <mxPoint x="-69" y="-19" as="offset" />
          </mxGeometry>
        </mxCell>
        <mxCell id="RZ1uo8Ke8g7JtcXH7kor-1" parent="1" style="shape=umlActor;verticalLabelPosition=bottom;verticalAlign=top;html=1;outlineConnect=0;" value="Actor" vertex="1">
          <mxGeometry height="120" width="60" x="820" y="350" as="geometry" />
        </mxCell>
        <mxCell id="RZ1uo8Ke8g7JtcXH7kor-6" edge="1" parent="1" source="RZ1uo8Ke8g7JtcXH7kor-1" style="rounded=0;orthogonalLoop=1;jettySize=auto;html=1;exitX=0.5;exitY=0.5;exitDx=0;exitDy=0;exitPerimeter=0;entryX=0.556;entryY=0.011;entryDx=0;entryDy=0;entryPerimeter=0;sketch=1;strokeColor=#FF0000;strokeWidth=2;align=center;verticalAlign=middle;fontFamily=Comic Sans MS;fontSize=15;fontColor=default;labelBackgroundColor=none;endArrow=block;endFill=1;shadow=1;" target="vE7s3SZ7r_2w2PPExWCB-12">
          <mxGeometry relative="1" as="geometry" />
        </mxCell>
        <mxCell id="RZ1uo8Ke8g7JtcXH7kor-11" connectable="0" parent="RZ1uo8Ke8g7JtcXH7kor-6" style="edgeLabel;html=1;align=center;verticalAlign=middle;resizable=0;points=[];labelBackgroundColor=none;" value="&lt;font style=&quot;font-size: 16px; color: rgb(255, 0, 0);&quot; face=&quot;Comic Sans MS&quot;&gt;1. 注册信息&lt;/font&gt;" vertex="1">
          <mxGeometry relative="1" x="0.2404" as="geometry">
            <mxPoint x="38" y="-16" as="offset" />
          </mxGeometry>
        </mxCell>
        <mxCell id="RZ1uo8Ke8g7JtcXH7kor-7" edge="1" parent="1" source="vE7s3SZ7r_2w2PPExWCB-12" style="rounded=0;orthogonalLoop=1;jettySize=auto;html=1;exitX=0.25;exitY=0;exitDx=0;exitDy=0;entryX=0.5;entryY=0.5;entryDx=0;entryDy=0;entryPerimeter=0;shadow=1;sketch=1;curveFitting=1;jiggle=2;strokeWidth=2;strokeColor=#FF0000;" target="RZ1uo8Ke8g7JtcXH7kor-1">
          <mxGeometry relative="1" as="geometry" />
        </mxCell>
        <mxCell id="RZ1uo8Ke8g7JtcXH7kor-12" connectable="0" parent="RZ1uo8Ke8g7JtcXH7kor-7" style="edgeLabel;html=1;align=center;verticalAlign=middle;resizable=0;points=[];labelBackgroundColor=none;fontColor=#FF0000;" value="&lt;font style=&quot;font-size: 16px;&quot; face=&quot;Comic Sans MS&quot;&gt;2. 生成 API Key&lt;/font&gt;" vertex="1">
          <mxGeometry relative="1" x="0.0067" y="1" as="geometry">
            <mxPoint x="-32" y="50" as="offset" />
          </mxGeometry>
+         </mxCell>
+         <mxCell id="RZ1uo8Ke8g7JtcXH7kor-15" edge="1" parent="1" source="RZ1uo8Ke8g7JtcXH7kor-14" style="rounded=0;orthogonalLoop=1;jettySize=auto;html=1;exitX=0.5;exitY=1;exitDx=0;exitDy=0;sketch=1;curveFitting=1;jiggle=2;shadow=1;strokeWidth=2;" target="vE7s3SZ7r_2w2PPExWCB-13">
+           <mxGeometry relative="1" as="geometry" />
+         </mxCell>
+         <mxCell id="RZ1uo8Ke8g7JtcXH7kor-14" parent="1" style="rounded=1;whiteSpace=wrap;html=1;fillColor=#ffffff;strokeColor=#2b78e4;strokeWidth=2;arcSize=8;fontSize=17;fontFamily=Comic Sans MS;sketch=1;" value="① API key 校验" vertex="1">
+           <mxGeometry height="45" width="335" x="970" y="600" as="geometry" />
        </mxCell>
      </root>
    </mxGraphModel>
  </diagram>
</mxfile>
